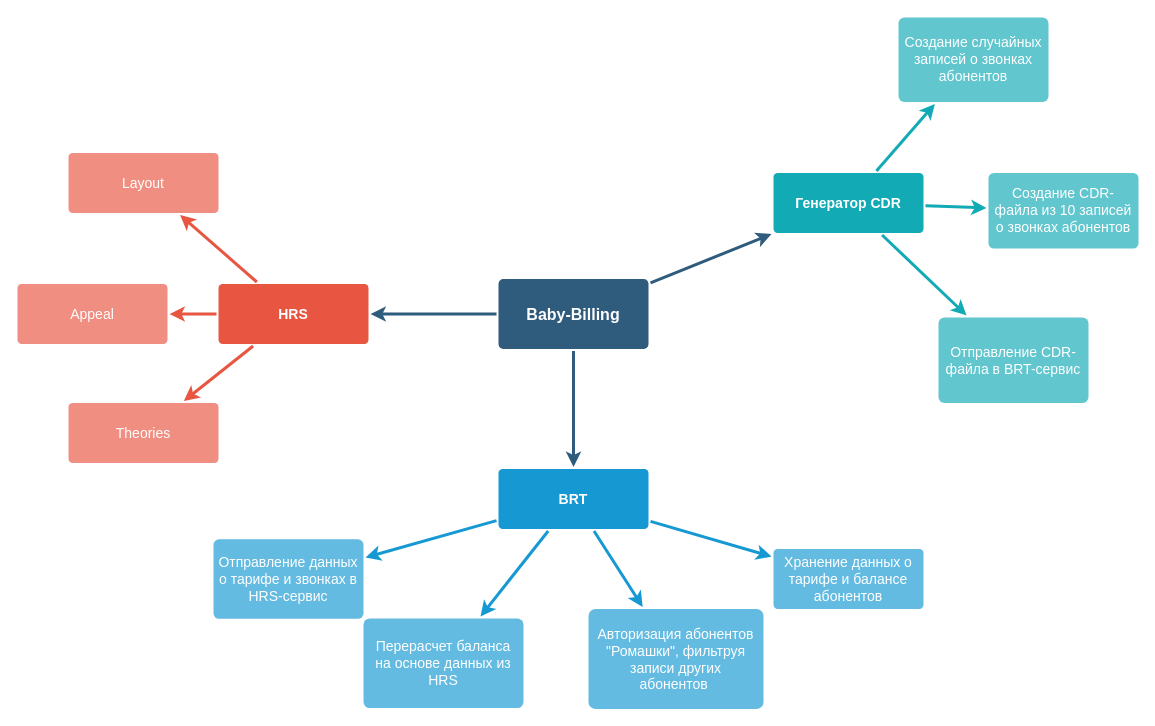
nesterukia/nexign-autotest-one keeps this draw.io diagram as babybilling-logical-map.drawio. Above is the earlier version. Source tidied: cells renumbered, new cells numbered last; positions are measured from the earlier drawing's top-left corner, leaving out a move shared by most shapes. Both pictures are drawn from the tidied source at 100%, with x=0, y=0 at pixel (17, 17).
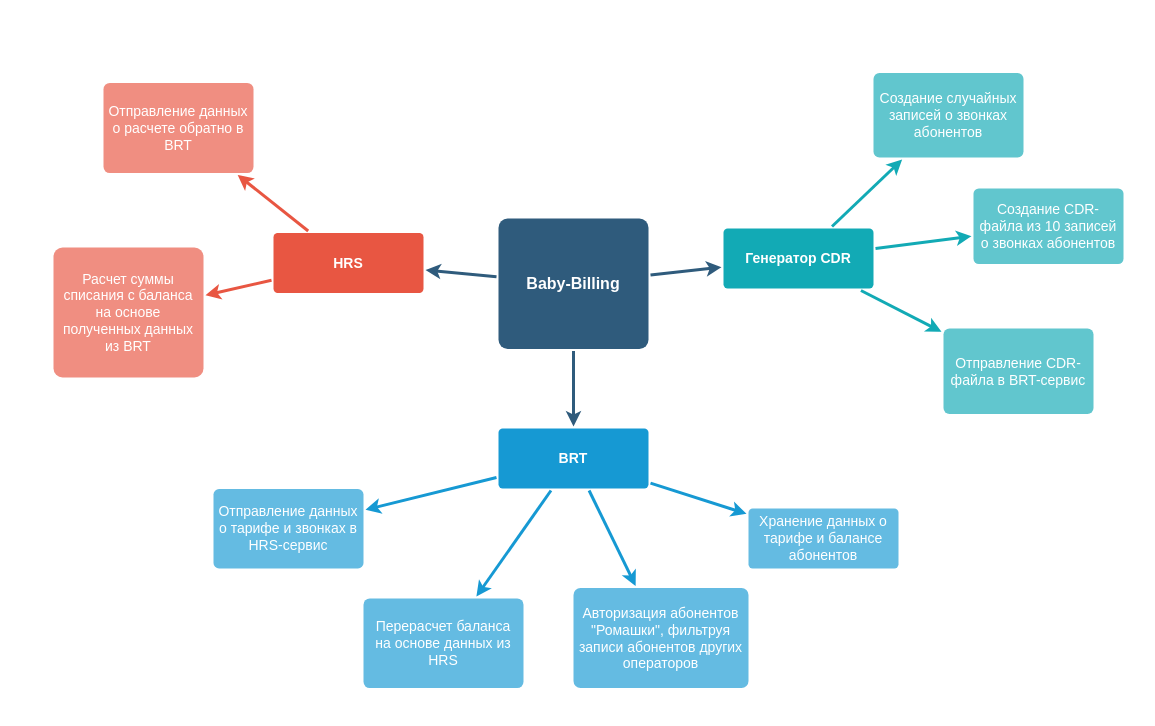
After the change.

Change to the diagram source:
```diff
@@
     <mxCell id="5" value="Baby-Billing" style="rounded=1;whiteSpace=wrap;html=1;shadow=0;labelBackgroundColor=none;strokeColor=none;strokeWidth=3;fillColor=#2F5B7C;fontFamily=Helvetica;fontSize=16;fontColor=#FFFFFF;align=center;fontStyle=1;spacing=5;arcSize=7;perimeterSpacing=2;" parent="1" vertex="1">
-      <mxGeometry x="481" y="261.5" width="150" height="70" as="geometry" />
+      <mxGeometry x="481" y="201" width="150" height="130.5" as="geometry" />
     </mxCell>
@@
-    <mxCell id="8" style="edgeStyle=none;rounded=1;jumpStyle=none;html=1;shadow=0;labelBackgroundColor=none;startArrow=none;startFill=0;jettySize=auto;strokeColor=#E85642;strokeWidth=3;fontFamily=Helvetica;fontSize=14;fontColor=#FFFFFF;spacing=5;fontStyle=1;fillColor=#b0e3e6;" parent="1" edge="1" source="9" target="10">
-      <mxGeometry relative="1" as="geometry" />
-    </mxCell>
     <mxCell id="9" value="HRS" style="rounded=1;whiteSpace=wrap;html=1;shadow=0;labelBackgroundColor=none;strokeColor=none;strokeWidth=3;fillColor=#e85642;fontFamily=Helvetica;fontSize=14;fontColor=#FFFFFF;align=center;spacing=5;fontStyle=1;arcSize=7;perimeterSpacing=2;" parent="1" vertex="1">
-      <mxGeometry x="201" y="266.5" width="150" height="60" as="geometry" />
+      <mxGeometry x="256" y="215.5" width="150" height="60" as="geometry" />
     </mxCell>
-    <mxCell id="10" value="Theories" style="rounded=1;whiteSpace=wrap;html=1;shadow=0;labelBackgroundColor=none;strokeColor=none;strokeWidth=3;fillColor=#f08e81;fontFamily=Helvetica;fontSize=14;fontColor=#FFFFFF;align=center;spacing=5;fontStyle=0;arcSize=7;perimeterSpacing=2;" parent="1" vertex="1">
-      <mxGeometry x="51" y="385.5" width="150" height="60" as="geometry" />
-    </mxCell>
-    <mxCell id="11" value="Appeal" style="rounded=1;whiteSpace=wrap;html=1;shadow=0;labelBackgroundColor=none;strokeColor=none;strokeWidth=3;fillColor=#f08e81;fontFamily=Helvetica;fontSize=14;fontColor=#FFFFFF;align=center;spacing=5;fontStyle=0;arcSize=7;perimeterSpacing=2;" parent="1" vertex="1">
-      <mxGeometry y="266.5" width="150" height="60" as="geometry" />
+    <mxCell id="11" value="Расчет суммы списания с баланса на основе полученных данных из BRT" style="rounded=1;whiteSpace=wrap;html=1;shadow=0;labelBackgroundColor=none;strokeColor=none;strokeWidth=3;fillColor=#f08e81;fontFamily=Helvetica;fontSize=14;fontColor=#FFFFFF;align=center;spacing=5;fontStyle=0;arcSize=7;perimeterSpacing=2;" parent="1" vertex="1">
+      <mxGeometry x="36" y="230" width="150" height="130" as="geometry" />
     </mxCell>
-    <mxCell id="12" value="Layout" style="rounded=1;whiteSpace=wrap;html=1;shadow=0;labelBackgroundColor=none;strokeColor=none;strokeWidth=3;fillColor=#f08e81;fontFamily=Helvetica;fontSize=14;fontColor=#FFFFFF;align=center;spacing=5;fontStyle=0;arcSize=7;perimeterSpacing=2;" parent="1" vertex="1">
-      <mxGeometry x="51" y="135.5" width="150" height="60" as="geometry" />
+    <mxCell id="12" value="Отправление данных о расчете обратно в BRT" style="rounded=1;whiteSpace=wrap;html=1;shadow=0;labelBackgroundColor=none;strokeColor=none;strokeWidth=3;fillColor=#f08e81;fontFamily=Helvetica;fontSize=14;fontColor=#FFFFFF;align=center;spacing=5;fontStyle=0;arcSize=7;perimeterSpacing=2;" parent="1" vertex="1">
+      <mxGeometry x="86" y="65.5" width="150" height="90" as="geometry" />
     </mxCell>
@@
     <mxCell id="16" value="BRT" style="rounded=1;whiteSpace=wrap;html=1;shadow=0;labelBackgroundColor=none;strokeColor=none;strokeWidth=3;fillColor=#1699d3;fontFamily=Helvetica;fontSize=14;fontColor=#FFFFFF;align=center;spacing=5;fontStyle=1;arcSize=7;perimeterSpacing=2;" parent="1" vertex="1">
-      <mxGeometry x="481" y="451.5" width="150" height="60" as="geometry" />
+      <mxGeometry x="481" y="411" width="150" height="60" as="geometry" />
     </mxCell>
     <mxCell id="17" value="Хранение данных о тарифе и балансе абонентов" style="rounded=1;whiteSpace=wrap;html=1;shadow=0;labelBackgroundColor=none;strokeColor=none;strokeWidth=3;fillColor=#64bbe2;fontFamily=Helvetica;fontSize=14;fontColor=#FFFFFF;align=center;spacing=5;arcSize=7;perimeterSpacing=2;" parent="1" vertex="1">
-      <mxGeometry x="756" y="531.5" width="150" height="60" as="geometry" />
+      <mxGeometry x="731" y="491" width="150" height="60" as="geometry" />
     </mxCell>
-    <mxCell id="18" value="Авторизация абонентов &quot;Ромашки&quot;, фильтруя записи других абонентов&amp;nbsp;" style="rounded=1;whiteSpace=wrap;html=1;shadow=0;labelBackgroundColor=none;strokeColor=none;strokeWidth=3;fillColor=#64bbe2;fontFamily=Helvetica;fontSize=14;fontColor=#FFFFFF;align=center;spacing=5;arcSize=7;perimeterSpacing=2;" parent="1" vertex="1">
-      <mxGeometry x="571" y="591.5" width="175" height="100" as="geometry" />
+    <mxCell id="18" value="Авторизация абонентов &quot;Ромашки&quot;, фильтруя записи абонентов других операторов" style="rounded=1;whiteSpace=wrap;html=1;shadow=0;labelBackgroundColor=none;strokeColor=none;strokeWidth=3;fillColor=#64bbe2;fontFamily=Helvetica;fontSize=14;fontColor=#FFFFFF;align=center;spacing=5;arcSize=7;perimeterSpacing=2;" parent="1" vertex="1">
+      <mxGeometry x="556" y="570.5" width="175" height="100" as="geometry" />
     </mxCell>
     <mxCell id="19" value="Отправление данных о тарифе и звонках в HRS-сервис" style="rounded=1;whiteSpace=wrap;html=1;shadow=0;labelBackgroundColor=none;strokeColor=none;strokeWidth=3;fillColor=#64bbe2;fontFamily=Helvetica;fontSize=14;fontColor=#FFFFFF;align=center;spacing=5;arcSize=7;perimeterSpacing=2;" parent="1" vertex="1">
-      <mxGeometry x="196" y="521.8" width="150" height="79.5" as="geometry" />
+      <mxGeometry x="196" y="471.5" width="150" height="79.5" as="geometry" />
     </mxCell>
     <mxCell id="20" value="Генератор CDR" style="rounded=1;whiteSpace=wrap;html=1;shadow=0;labelBackgroundColor=none;strokeColor=none;strokeWidth=3;fillColor=#12aab5;fontFamily=Helvetica;fontSize=14;fontColor=#FFFFFF;align=center;spacing=5;fontStyle=1;arcSize=7;perimeterSpacing=2;" parent="1" vertex="1">
-      <mxGeometry x="756" y="155.5" width="150" height="60" as="geometry" />
+      <mxGeometry x="706" y="211" width="150" height="60" as="geometry" />
     </mxCell>
     <mxCell id="21" value="Отправление CDR-файла в BRT-сервис" style="rounded=1;whiteSpace=wrap;html=1;shadow=0;labelBackgroundColor=none;strokeColor=none;strokeWidth=3;fillColor=#61c6ce;fontFamily=Helvetica;fontSize=14;fontColor=#FFFFFF;align=center;spacing=5;fontStyle=0;arcSize=7;perimeterSpacing=2;" parent="1" vertex="1">
-      <mxGeometry x="921" y="300" width="150" height="85.5" as="geometry" />
+      <mxGeometry x="926" y="311" width="150" height="85.5" as="geometry" />
     </mxCell>
@@
     <mxCell id="23" value="Создание CDR-файла из 10 записей о звонках абонентов" style="rounded=1;whiteSpace=wrap;html=1;shadow=0;labelBackgroundColor=none;strokeColor=none;strokeWidth=3;fillColor=#61c6ce;fontFamily=Helvetica;fontSize=14;fontColor=#FFFFFF;align=center;spacing=5;fontStyle=0;arcSize=7;perimeterSpacing=2;" parent="1" vertex="1">
-      <mxGeometry x="971" y="155.5" width="150" height="75.5" as="geometry" />
+      <mxGeometry x="956" y="171" width="150" height="75.5" as="geometry" />
     </mxCell>
@@
     <mxCell id="25" value="Создание случайных записей о звонках абонентов" style="rounded=1;whiteSpace=wrap;html=1;shadow=0;labelBackgroundColor=none;strokeColor=none;strokeWidth=3;fillColor=#61c6ce;fontFamily=Helvetica;fontSize=14;fontColor=#FFFFFF;align=center;spacing=5;fontStyle=0;arcSize=7;perimeterSpacing=2;" parent="1" vertex="1">
-      <mxGeometry x="881" width="150" height="84.5" as="geometry" />
+      <mxGeometry x="856" y="55.5" width="150" height="84.5" as="geometry" />
     </mxCell>
@@
     <mxCell id="28" value="Перерасчет баланса на основе данных из HRS" style="rounded=1;whiteSpace=wrap;html=1;shadow=0;labelBackgroundColor=none;strokeColor=none;strokeWidth=3;fillColor=#64bbe2;fontFamily=Helvetica;fontSize=14;fontColor=#FFFFFF;align=center;spacing=5;arcSize=7;perimeterSpacing=2;" parent="1" vertex="1">
-      <mxGeometry x="346" y="601" width="160" height="89.5" as="geometry" />
+      <mxGeometry x="346" y="581" width="160" height="89.5" as="geometry" />
     </mxCell>
```
